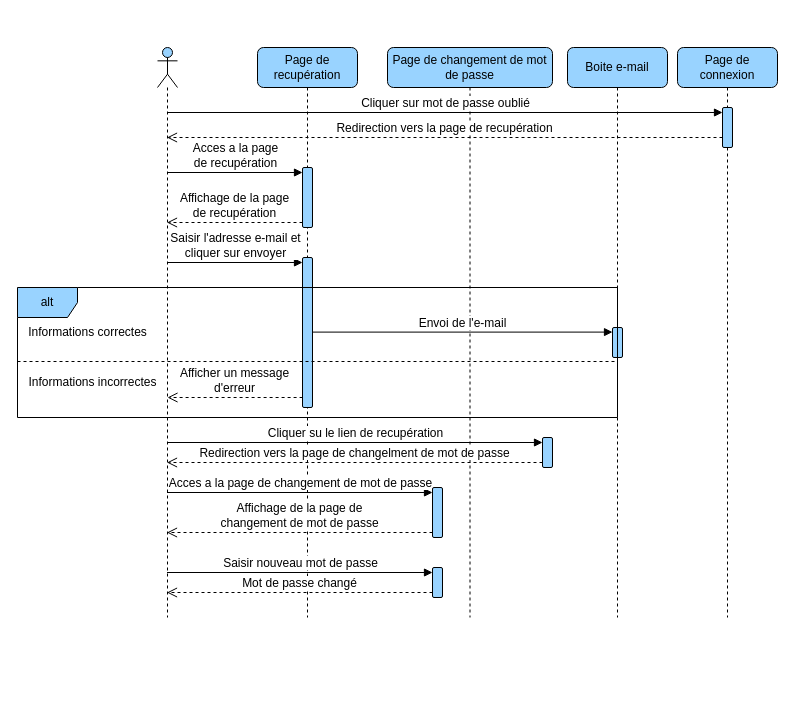
The draw.io diagram page "password-reset" (3 of 7) of diagrams/sequence.drawio in devlotfi/peage-pay, before the edit. Source tidied: cells renumbered, new cells numbered last; positions are measured from the earlier drawing's top-left corner, leaving out a move shared by most shapes. Both pictures are drawn from the tidied source at 100%, with x=0, y=0 at pixel (17, 47).
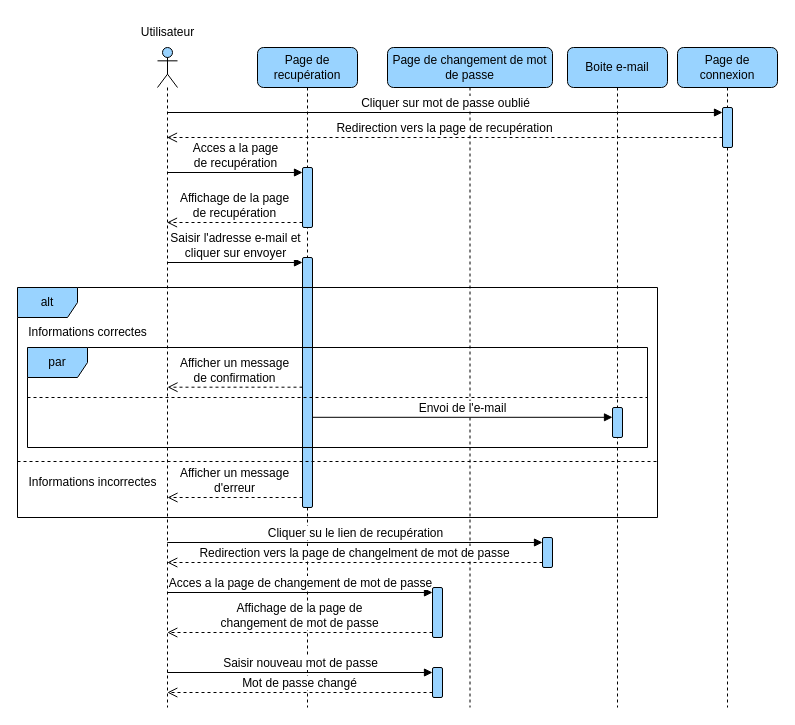
After the change.

What changed in the source:
```diff
@@
     <mxCell id="2" style="shape=umlLifeline;perimeter=lifelinePerimeter;whiteSpace=wrap;html=1;outlineConnect=0;portConstraint=eastwest;newEdgeStyle={&quot;curved&quot;:0,&quot;rounded&quot;:0};participant=umlActor;rounded=1;strokeColor=default;align=center;verticalAlign=middle;fontFamily=Helvetica;fontSize=12;fontColor=default;fontStyle=0;fillColor=#99D3FF;" parent="1" vertex="1">
-      <mxGeometry x="140" width="20" height="570" as="geometry" />
+      <mxGeometry x="140" width="20" height="660" as="geometry" />
     </mxCell>
     <mxCell id="3" value="Page de connexion" style="shape=umlLifeline;perimeter=lifelinePerimeter;whiteSpace=wrap;html=1;newEdgeStyle={&quot;curved&quot;:0,&quot;rounded&quot;:0};rounded=1;strokeColor=default;align=center;verticalAlign=middle;fontFamily=Helvetica;fontSize=12;fontColor=default;fontStyle=0;fillColor=#99D3FF;" parent="1" vertex="1">
-      <mxGeometry x="660" width="100" height="570" as="geometry" />
+      <mxGeometry x="660" width="100" height="660" as="geometry" />
     </mxCell>
@@
     <mxCell id="5" value="Page de recupération" style="shape=umlLifeline;perimeter=lifelinePerimeter;whiteSpace=wrap;html=1;newEdgeStyle={&quot;curved&quot;:0,&quot;rounded&quot;:0};rounded=1;strokeColor=default;align=center;verticalAlign=middle;fontFamily=Helvetica;fontSize=12;fontColor=default;fontStyle=0;fillColor=#99D3FF;" parent="1" vertex="1">
-      <mxGeometry x="240" width="100" height="570" as="geometry" />
+      <mxGeometry x="240" width="100" height="660" as="geometry" />
     </mxCell>
@@
     <mxCell id="7" style="html=1;points=[[0,0,0,0,5],[0,1,0,0,-5],[1,0,0,0,5],[1,1,0,0,-5]];perimeter=orthogonalPerimeter;outlineConnect=0;targetShapes=umlLifeline;portConstraint=eastwest;newEdgeStyle={&quot;curved&quot;:0,&quot;rounded&quot;:0};rounded=1;strokeColor=default;align=center;verticalAlign=middle;fontFamily=Helvetica;fontSize=12;fontColor=default;fontStyle=0;fillColor=#99D3FF;" parent="5" vertex="1">
-      <mxGeometry x="45" y="210" width="10" height="150" as="geometry" />
+      <mxGeometry x="45" y="210" width="10" height="250" as="geometry" />
     </mxCell>
     <mxCell id="8" value="Page de changement de mot de passe" style="shape=umlLifeline;perimeter=lifelinePerimeter;whiteSpace=wrap;html=1;newEdgeStyle={&quot;curved&quot;:0,&quot;rounded&quot;:0};rounded=1;strokeColor=default;align=center;verticalAlign=middle;fontFamily=Helvetica;fontSize=12;fontColor=default;fontStyle=0;fillColor=#99D3FF;" parent="1" vertex="1">
-      <mxGeometry x="370" width="165" height="570" as="geometry" />
+      <mxGeometry x="370" width="165" height="660" as="geometry" />
     </mxCell>
     <mxCell id="9" style="html=1;points=[[0,0,0,0,5],[0,1,0,0,-5],[1,0,0,0,5],[1,1,0,0,-5]];perimeter=orthogonalPerimeter;outlineConnect=0;targetShapes=umlLifeline;portConstraint=eastwest;newEdgeStyle={&quot;curved&quot;:0,&quot;rounded&quot;:0};rounded=1;strokeColor=default;align=center;verticalAlign=middle;fontFamily=Helvetica;fontSize=12;fontColor=default;fontStyle=0;fillColor=#99D3FF;" parent="8" vertex="1">
-      <mxGeometry x="45" y="440" width="10" height="50" as="geometry" />
+      <mxGeometry x="45" y="540" width="10" height="50" as="geometry" />
     </mxCell>
     <mxCell id="10" style="html=1;points=[[0,0,0,0,5],[0,1,0,0,-5],[1,0,0,0,5],[1,1,0,0,-5]];perimeter=orthogonalPerimeter;outlineConnect=0;targetShapes=umlLifeline;portConstraint=eastwest;newEdgeStyle={&quot;curved&quot;:0,&quot;rounded&quot;:0};rounded=1;strokeColor=default;align=center;verticalAlign=middle;fontFamily=Helvetica;fontSize=12;fontColor=default;fontStyle=0;fillColor=#99D3FF;" parent="8" vertex="1">
-      <mxGeometry x="45" y="520" width="10" height="30" as="geometry" />
+      <mxGeometry x="45" y="620" width="10" height="30" as="geometry" />
     </mxCell>
     <mxCell id="11" style="html=1;points=[[0,0,0,0,5],[0,1,0,0,-5],[1,0,0,0,5],[1,1,0,0,-5]];perimeter=orthogonalPerimeter;outlineConnect=0;targetShapes=umlLifeline;portConstraint=eastwest;newEdgeStyle={&quot;curved&quot;:0,&quot;rounded&quot;:0};rounded=1;strokeColor=default;align=center;verticalAlign=middle;fontFamily=Helvetica;fontSize=12;fontColor=default;fontStyle=0;fillColor=#99D3FF;" parent="8" vertex="1">
-      <mxGeometry x="155" y="390" width="10" height="30" as="geometry" />
+      <mxGeometry x="155" y="490" width="10" height="30" as="geometry" />
     </mxCell>
+    <mxCell id="25" value="Cliquer su le lien de recupération" style="html=1;verticalAlign=bottom;endArrow=block;curved=0;rounded=0;fontFamily=Helvetica;fontSize=12;fontColor=default;fontStyle=0;" parent="8" edge="1">
+      <mxGeometry relative="1" as="geometry">
+        <mxPoint x="-220.2" y="495" as="sourcePoint" />
+        <mxPoint x="155" y="495" as="targetPoint" />
+      </mxGeometry>
+    </mxCell>
+    <mxCell id="26" value="Redirection vers la page de changelment de mot de passe" style="html=1;verticalAlign=bottom;endArrow=open;dashed=1;endSize=8;curved=0;rounded=0;exitX=0;exitY=1;exitDx=0;exitDy=-5;fontFamily=Helvetica;fontSize=12;fontColor=default;fontStyle=0;" parent="8" edge="1" source="11">
+      <mxGeometry relative="1" as="geometry">
+        <mxPoint x="-220.2" y="515" as="targetPoint" />
+      </mxGeometry>
+    </mxCell>
+    <mxCell id="27" value="Acces a la page de changement de mot de passe" style="html=1;verticalAlign=bottom;endArrow=block;curved=0;rounded=0;entryX=0;entryY=0;entryDx=0;entryDy=5;fontFamily=Helvetica;fontSize=12;fontColor=default;fontStyle=0;" parent="8" edge="1" target="9">
+      <mxGeometry relative="1" as="geometry">
+        <mxPoint x="-220.2" y="545" as="sourcePoint" />
+      </mxGeometry>
+    </mxCell>
+    <mxCell id="28" value="Affichage de la page de&lt;br&gt;changement de mot de passe" style="html=1;verticalAlign=bottom;endArrow=open;dashed=1;endSize=8;curved=0;rounded=0;exitX=0;exitY=1;exitDx=0;exitDy=-5;fontFamily=Helvetica;fontSize=12;fontColor=default;fontStyle=0;" parent="8" edge="1" source="9">
+      <mxGeometry relative="1" as="geometry">
+        <mxPoint x="-220.2" y="585" as="targetPoint" />
+      </mxGeometry>
+    </mxCell>
+    <mxCell id="29" value="Saisir nouveau mot de passe" style="html=1;verticalAlign=bottom;endArrow=block;curved=0;rounded=0;entryX=0;entryY=0;entryDx=0;entryDy=5;fontFamily=Helvetica;fontSize=12;fontColor=default;fontStyle=0;" parent="8" edge="1" target="10">
+      <mxGeometry relative="1" as="geometry">
+        <mxPoint x="-220.2" y="625" as="sourcePoint" />
+      </mxGeometry>
+    </mxCell>
+    <mxCell id="30" value="Mot de passe changé" style="html=1;verticalAlign=bottom;endArrow=open;dashed=1;endSize=8;curved=0;rounded=0;exitX=0;exitY=1;exitDx=0;exitDy=-5;fontFamily=Helvetica;fontSize=12;fontColor=default;fontStyle=0;" parent="8" edge="1" source="10">
+      <mxGeometry relative="1" as="geometry">
+        <mxPoint x="-220.2" y="645" as="targetPoint" />
+      </mxGeometry>
+    </mxCell>
     <mxCell id="12" value="Boite e-mail" style="shape=umlLifeline;perimeter=lifelinePerimeter;whiteSpace=wrap;html=1;newEdgeStyle={&quot;curved&quot;:0,&quot;rounded&quot;:0};rounded=1;strokeColor=default;align=center;verticalAlign=middle;fontFamily=Helvetica;fontSize=12;fontColor=default;fontStyle=0;fillColor=#99D3FF;" parent="1" vertex="1">
-      <mxGeometry x="550" width="100" height="570" as="geometry" />
+      <mxGeometry x="550" width="100" height="660" as="geometry" />
     </mxCell>
     <mxCell id="13" style="html=1;points=[[0,0,0,0,5],[0,1,0,0,-5],[1,0,0,0,5],[1,1,0,0,-5]];perimeter=orthogonalPerimeter;outlineConnect=0;targetShapes=umlLifeline;portConstraint=eastwest;newEdgeStyle={&quot;curved&quot;:0,&quot;rounded&quot;:0};rounded=1;strokeColor=default;align=center;verticalAlign=middle;fontFamily=Helvetica;fontSize=12;fontColor=default;fontStyle=0;fillColor=#99D3FF;" parent="12" vertex="1">
-      <mxGeometry x="45" y="280" width="10" height="30" as="geometry" />
+      <mxGeometry x="45" y="360" width="10" height="30" as="geometry" />
     </mxCell>
@@
     <mxCell id="19" value="alt" style="shape=umlFrame;whiteSpace=wrap;html=1;rounded=1;strokeColor=default;align=center;verticalAlign=middle;fontFamily=Helvetica;fontSize=12;fontColor=default;fontStyle=0;fillColor=#99D3FF;" parent="1" vertex="1">
-      <mxGeometry y="240" width="600" height="130" as="geometry" />
+      <mxGeometry y="240" width="640" height="230" as="geometry" />
     </mxCell>
@@
     <mxCell id="21" value="Informations incorrectes" style="text;html=1;align=center;verticalAlign=middle;strokeColor=none;fillColor=none;fontFamily=Helvetica;fontSize=12;fontColor=default;fontStyle=0;" parent="1" vertex="1">
-      <mxGeometry y="320" width="150" height="30" as="geometry" />
+      <mxGeometry y="420" width="150" height="30" as="geometry" />
     </mxCell>
     <mxCell id="22" value="Afficher un message&lt;br&gt;d'erreur" style="html=1;verticalAlign=bottom;endArrow=open;dashed=1;endSize=8;curved=0;rounded=0;fontFamily=Helvetica;fontSize=12;fontColor=default;fontStyle=0;" parent="1" edge="1">
       <mxGeometry relative="1" as="geometry">
-        <mxPoint x="285.1" y="350" as="sourcePoint" />
-        <mxPoint x="150" y="350" as="targetPoint" />
+        <mxPoint x="285.1" y="450" as="sourcePoint" />
+        <mxPoint x="150" y="450" as="targetPoint" />
       </mxGeometry>
     </mxCell>
-    <mxCell id="23" value="Envoi de l'e-mail" style="html=1;verticalAlign=bottom;endArrow=block;curved=0;rounded=0;fontFamily=Helvetica;fontSize=12;fontColor=default;fontStyle=0;" parent="1" edge="1" target="13">
+    <mxCell id="23" value="Envoi de l'e-mail" style="html=1;verticalAlign=bottom;endArrow=block;curved=0;rounded=0;fontFamily=Helvetica;fontSize=12;fontColor=default;fontStyle=0;" parent="1" edge="1">
       <mxGeometry relative="1" as="geometry">
-        <mxPoint x="295" y="284.6" as="sourcePoint" />
+        <mxPoint x="295" y="369.8" as="sourcePoint" />
+        <mxPoint x="595" y="369.8" as="targetPoint" />
       </mxGeometry>
     </mxCell>
     <mxCell id="24" style="line;strokeWidth=1;fillColor=none;align=left;verticalAlign=middle;spacingTop=-1;spacingLeft=3;spacingRight=3;labelPosition=right;strokeColor=inherit;rounded=1;fontFamily=Helvetica;fontSize=12;fontColor=default;fontStyle=0;dashed=1;" parent="1" vertex="1">
-      <mxGeometry y="310" width="600" height="8" as="geometry" />
+      <mxGeometry y="410" width="640" height="8" as="geometry" />
     </mxCell>
-    <mxCell id="25" value="Cliquer su le lien de recupération" style="html=1;verticalAlign=bottom;endArrow=block;curved=0;rounded=0;entryX=0;entryY=0;entryDx=0;entryDy=5;fontFamily=Helvetica;fontSize=12;fontColor=default;fontStyle=0;" parent="1" edge="1" source="2" target="11">
-      <mxGeometry relative="1" as="geometry" />
-    </mxCell>
-    <mxCell id="26" value="Redirection vers la page de changelment de mot de passe" style="html=1;verticalAlign=bottom;endArrow=open;dashed=1;endSize=8;curved=0;rounded=0;exitX=0;exitY=1;exitDx=0;exitDy=-5;fontFamily=Helvetica;fontSize=12;fontColor=default;fontStyle=0;" parent="1" edge="1" source="11" target="2">
-      <mxGeometry relative="1" as="geometry" />
-    </mxCell>
-    <mxCell id="27" value="Acces a la page de changement de mot de passe" style="html=1;verticalAlign=bottom;endArrow=block;curved=0;rounded=0;entryX=0;entryY=0;entryDx=0;entryDy=5;fontFamily=Helvetica;fontSize=12;fontColor=default;fontStyle=0;" parent="1" edge="1" source="2" target="9">
-      <mxGeometry relative="1" as="geometry" />
-    </mxCell>
-    <mxCell id="28" value="Affichage de la page de&lt;br&gt;changement de mot de passe" style="html=1;verticalAlign=bottom;endArrow=open;dashed=1;endSize=8;curved=0;rounded=0;exitX=0;exitY=1;exitDx=0;exitDy=-5;fontFamily=Helvetica;fontSize=12;fontColor=default;fontStyle=0;" parent="1" edge="1" source="9" target="2">
-      <mxGeometry relative="1" as="geometry" />
-    </mxCell>
-    <mxCell id="29" value="Saisir nouveau mot de passe" style="html=1;verticalAlign=bottom;endArrow=block;curved=0;rounded=0;entryX=0;entryY=0;entryDx=0;entryDy=5;fontFamily=Helvetica;fontSize=12;fontColor=default;fontStyle=0;" parent="1" edge="1" source="2" target="10">
-      <mxGeometry relative="1" as="geometry" />
-    </mxCell>
-    <mxCell id="30" value="Mot de passe changé" style="html=1;verticalAlign=bottom;endArrow=open;dashed=1;endSize=8;curved=0;rounded=0;exitX=0;exitY=1;exitDx=0;exitDy=-5;fontFamily=Helvetica;fontSize=12;fontColor=default;fontStyle=0;" parent="1" edge="1" source="10" target="2">
-      <mxGeometry relative="1" as="geometry" />
-    </mxCell>
+    <mxCell id="31" value="par" style="shape=umlFrame;whiteSpace=wrap;html=1;rounded=1;strokeColor=default;align=center;verticalAlign=middle;fontFamily=Helvetica;fontSize=12;fontColor=default;fontStyle=0;fillColor=#99D3FF;" parent="1" vertex="1">
+      <mxGeometry x="10" y="300" width="620" height="100" as="geometry" />
+    </mxCell>
+    <mxCell id="32" style="line;strokeWidth=1;fillColor=none;align=left;verticalAlign=middle;spacingTop=-1;spacingLeft=3;spacingRight=3;labelPosition=right;strokeColor=inherit;rounded=1;fontFamily=Helvetica;fontSize=12;fontColor=default;fontStyle=0;dashed=1;" parent="1" vertex="1">
+      <mxGeometry x="10" y="346" width="620" height="8" as="geometry" />
+    </mxCell>
+    <mxCell id="33" value="Afficher un message&lt;br&gt;de confirmation" style="html=1;verticalAlign=bottom;endArrow=open;dashed=1;endSize=8;curved=0;rounded=0;exitX=0;exitY=1;exitDx=0;exitDy=-5;fontFamily=Helvetica;fontSize=12;fontColor=default;fontStyle=0;" parent="1" edge="1">
+      <mxGeometry relative="1" as="geometry">
+        <mxPoint x="285" y="339.7" as="sourcePoint" />
+        <mxPoint x="150" y="339.7" as="targetPoint" />
+      </mxGeometry>
+    </mxCell>
+    <mxCell id="34" value="Utilisateur" style="text;html=1;align=center;verticalAlign=middle;strokeColor=none;fillColor=none;" parent="1" vertex="1">
+      <mxGeometry x="110" y="-30" width="80" height="30" as="geometry" />
+    </mxCell>
```
